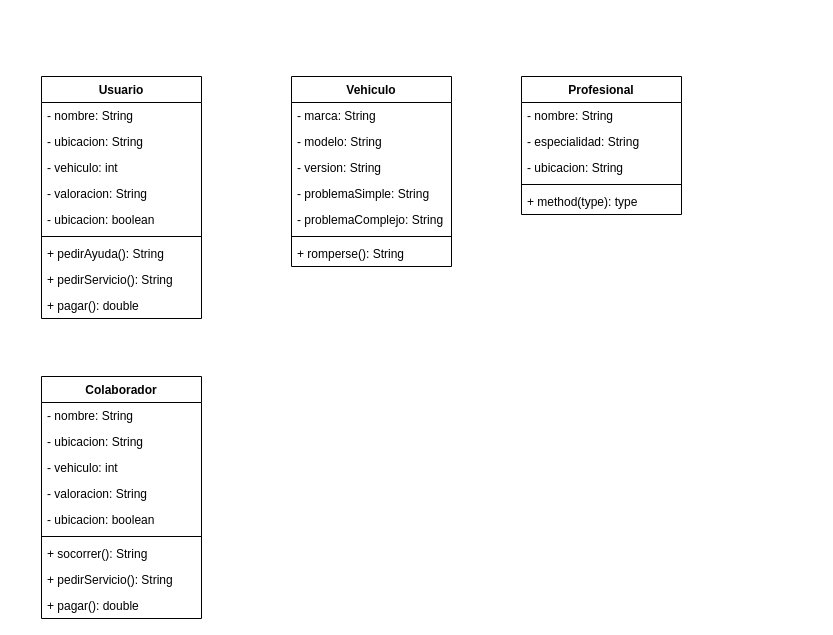
Before: Untitled Diagram.drawio in CarlosFerOrduna/Auxilio, a draw.io diagram. Source tidied: cells renumbered, new cells numbered last; positions are measured from the earlier drawing's top-left corner, leaving out a move shared by most shapes. Both pictures are drawn from the tidied source at 100%, with x=0, y=0 at pixel (41, 76).
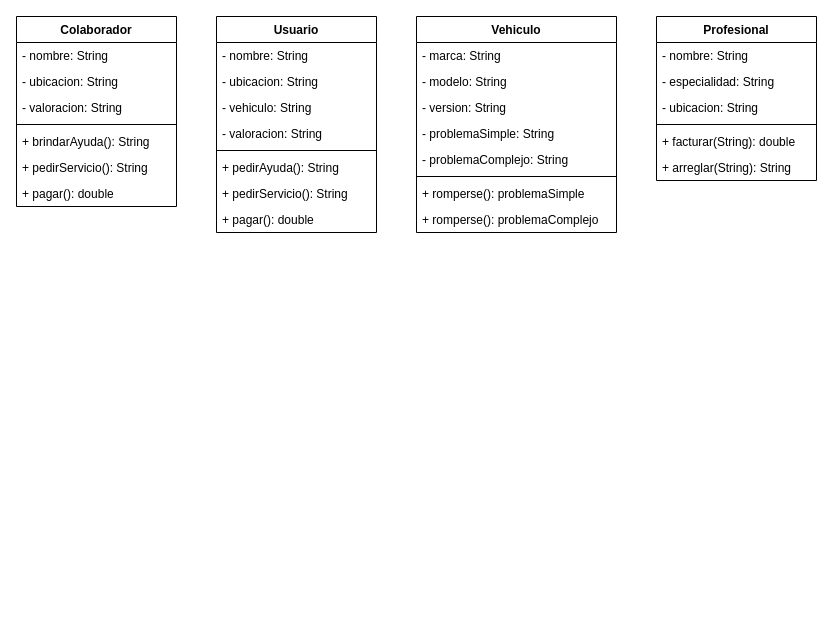
After the change.

Diff of the diagram source:
```diff
@@
     <mxCell id="2" value="Usuario" style="swimlane;fontStyle=1;align=center;verticalAlign=top;horizontal=1;startSize=26;" parent="1" vertex="1">
-      <mxGeometry width="160" height="242" as="geometry" />
+      <mxGeometry x="175" y="-60" width="160" height="216" as="geometry" />
     </mxCell>
@@
-    <mxCell id="5" value="- vehiculo: int" style="text;strokeColor=none;fillColor=none;align=left;verticalAlign=top;spacingLeft=4;spacingRight=4;overflow=hidden;" parent="2" vertex="1">
+    <mxCell id="5" value="- vehiculo: String" style="text;strokeColor=none;fillColor=none;align=left;verticalAlign=top;spacingLeft=4;spacingRight=4;overflow=hidden;" parent="2" vertex="1">
       <mxGeometry y="78" width="160" height="26" as="geometry" />
     </mxCell>
@@
-    <mxCell id="7" value="- ubicacion: boolean" style="text;strokeColor=none;fillColor=none;align=left;verticalAlign=top;spacingLeft=4;spacingRight=4;overflow=hidden;" parent="2" vertex="1">
-      <mxGeometry y="130" width="160" height="26" as="geometry" />
-    </mxCell>
     <mxCell id="8" style="line;strokeWidth=1;fillColor=none;align=left;verticalAlign=middle;spacingTop=-1;spacingLeft=3;spacingRight=3;labelPosition=right;" parent="2" vertex="1">
-      <mxGeometry y="156" width="160" height="8" as="geometry" />
+      <mxGeometry y="130" width="160" height="8" as="geometry" />
     </mxCell>
     <mxCell id="9" value="+ pedirAyuda(): String" style="text;strokeColor=none;fillColor=none;align=left;verticalAlign=top;spacingLeft=4;spacingRight=4;overflow=hidden;" parent="2" vertex="1">
-      <mxGeometry y="164" width="160" height="26" as="geometry" />
+      <mxGeometry y="138" width="160" height="26" as="geometry" />
     </mxCell>
     <mxCell id="10" value="+ pedirServicio(): String" style="text;strokeColor=none;fillColor=none;align=left;verticalAlign=top;spacingLeft=4;spacingRight=4;overflow=hidden;" parent="2" vertex="1">
-      <mxGeometry y="190" width="160" height="26" as="geometry" />
+      <mxGeometry y="164" width="160" height="26" as="geometry" />
     </mxCell>
     <mxCell id="11" value="+ pagar(): double&#10;" style="text;strokeColor=none;fillColor=none;align=left;verticalAlign=top;spacingLeft=4;spacingRight=4;overflow=hidden;" parent="2" vertex="1">
-      <mxGeometry y="216" width="160" height="26" as="geometry" />
+      <mxGeometry y="190" width="160" height="26" as="geometry" />
     </mxCell>
     <mxCell id="12" value="Vehiculo" style="swimlane;fontStyle=1;align=center;verticalAlign=top;horizontal=1;startSize=26;" parent="1" vertex="1">
-      <mxGeometry x="250" width="160" height="190" as="geometry" />
+      <mxGeometry x="375" y="-60" width="200" height="216" as="geometry" />
     </mxCell>
     <mxCell id="13" value="- marca: String" style="text;strokeColor=none;fillColor=none;align=left;verticalAlign=top;spacingLeft=4;spacingRight=4;overflow=hidden;" parent="12" vertex="1">
-      <mxGeometry y="26" width="160" height="26" as="geometry" />
+      <mxGeometry y="26" width="200" height="26" as="geometry" />
     </mxCell>
     <mxCell id="14" value="- modelo: String" style="text;strokeColor=none;fillColor=none;align=left;verticalAlign=top;spacingLeft=4;spacingRight=4;overflow=hidden;" parent="12" vertex="1">
-      <mxGeometry y="52" width="160" height="26" as="geometry" />
+      <mxGeometry y="52" width="200" height="26" as="geometry" />
     </mxCell>
     <mxCell id="15" value="- version: String" style="text;strokeColor=none;fillColor=none;align=left;verticalAlign=top;spacingLeft=4;spacingRight=4;overflow=hidden;" parent="12" vertex="1">
-      <mxGeometry y="78" width="160" height="26" as="geometry" />
+      <mxGeometry y="78" width="200" height="26" as="geometry" />
     </mxCell>
     <mxCell id="16" value="- problemaSimple: String" style="text;strokeColor=none;fillColor=none;align=left;verticalAlign=top;spacingLeft=4;spacingRight=4;overflow=hidden;" parent="12" vertex="1">
-      <mxGeometry y="104" width="160" height="26" as="geometry" />
+      <mxGeometry y="104" width="200" height="26" as="geometry" />
     </mxCell>
     <mxCell id="17" value="- problemaComplejo: String" style="text;strokeColor=none;fillColor=none;align=left;verticalAlign=top;spacingLeft=4;spacingRight=4;overflow=hidden;" parent="12" vertex="1">
-      <mxGeometry y="130" width="160" height="26" as="geometry" />
+      <mxGeometry y="130" width="200" height="26" as="geometry" />
     </mxCell>
     <mxCell id="18" style="line;strokeWidth=1;fillColor=none;align=left;verticalAlign=middle;spacingTop=-1;spacingLeft=3;spacingRight=3;labelPosition=right;" parent="12" vertex="1">
-      <mxGeometry y="156" width="160" height="8" as="geometry" />
+      <mxGeometry y="156" width="200" height="8" as="geometry" />
     </mxCell>
-    <mxCell id="19" value="+ romperse(): String" style="text;strokeColor=none;fillColor=none;align=left;verticalAlign=top;spacingLeft=4;spacingRight=4;overflow=hidden;" parent="12" vertex="1">
-      <mxGeometry y="164" width="160" height="26" as="geometry" />
+    <mxCell id="19" value="+ romperse(): problemaSimple" style="text;strokeColor=none;fillColor=none;align=left;verticalAlign=top;spacingLeft=4;spacingRight=4;overflow=hidden;" parent="12" vertex="1">
+      <mxGeometry y="164" width="200" height="26" as="geometry" />
     </mxCell>
+    <mxCell id="36" value="+ romperse(): problemaComplejo" style="text;strokeColor=none;fillColor=none;align=left;verticalAlign=top;spacingLeft=4;spacingRight=4;overflow=hidden;" parent="12" vertex="1">
+      <mxGeometry y="190" width="200" height="26" as="geometry" />
+    </mxCell>
     <mxCell id="20" value="Profesional" style="swimlane;fontStyle=1;align=center;verticalAlign=top;horizontal=1;startSize=26;" parent="1" vertex="1">
-      <mxGeometry x="480" width="160" height="138" as="geometry" />
+      <mxGeometry x="615" y="-60" width="160" height="164" as="geometry" />
     </mxCell>
@@
-    <mxCell id="25" value="+ method(type): type" style="text;strokeColor=none;fillColor=none;align=left;verticalAlign=top;spacingLeft=4;spacingRight=4;overflow=hidden;" parent="20" vertex="1">
+    <mxCell id="25" value="+ facturar(String): double" style="text;strokeColor=none;fillColor=none;align=left;verticalAlign=top;spacingLeft=4;spacingRight=4;overflow=hidden;" parent="20" vertex="1">
       <mxGeometry y="112" width="160" height="26" as="geometry" />
     </mxCell>
+    <mxCell id="37" value="+ arreglar(String): String" style="text;strokeColor=none;fillColor=none;align=left;verticalAlign=top;spacingLeft=4;spacingRight=4;overflow=hidden;" parent="20" vertex="1">
+      <mxGeometry y="138" width="160" height="26" as="geometry" />
+    </mxCell>
     <mxCell id="26" value="Colaborador" style="swimlane;fontStyle=1;align=center;verticalAlign=top;horizontal=1;startSize=26;" parent="1" vertex="1">
-      <mxGeometry y="300" width="160" height="242" as="geometry" />
+      <mxGeometry x="-25" y="-60" width="160" height="190" as="geometry" />
     </mxCell>
@@
-    <mxCell id="29" value="- vehiculo: int" style="text;strokeColor=none;fillColor=none;align=left;verticalAlign=top;spacingLeft=4;spacingRight=4;overflow=hidden;" parent="26" vertex="1">
-      <mxGeometry y="78" width="160" height="26" as="geometry" />
-    </mxCell>
     <mxCell id="30" value="- valoracion: String" style="text;strokeColor=none;fillColor=none;align=left;verticalAlign=top;spacingLeft=4;spacingRight=4;overflow=hidden;" parent="26" vertex="1">
-      <mxGeometry y="104" width="160" height="26" as="geometry" />
+      <mxGeometry y="78" width="160" height="26" as="geometry" />
     </mxCell>
-    <mxCell id="31" value="- ubicacion: boolean" style="text;strokeColor=none;fillColor=none;align=left;verticalAlign=top;spacingLeft=4;spacingRight=4;overflow=hidden;" parent="26" vertex="1">
-      <mxGeometry y="130" width="160" height="26" as="geometry" />
-    </mxCell>
     <mxCell id="32" style="line;strokeWidth=1;fillColor=none;align=left;verticalAlign=middle;spacingTop=-1;spacingLeft=3;spacingRight=3;labelPosition=right;" parent="26" vertex="1">
-      <mxGeometry y="156" width="160" height="8" as="geometry" />
+      <mxGeometry y="104" width="160" height="8" as="geometry" />
     </mxCell>
-    <mxCell id="33" value="+ socorrer(): String" style="text;strokeColor=none;fillColor=none;align=left;verticalAlign=top;spacingLeft=4;spacingRight=4;overflow=hidden;" parent="26" vertex="1">
-      <mxGeometry y="164" width="160" height="26" as="geometry" />
+    <mxCell id="33" value="+ brindarAyuda(): String" style="text;strokeColor=none;fillColor=none;align=left;verticalAlign=top;spacingLeft=4;spacingRight=4;overflow=hidden;" parent="26" vertex="1">
+      <mxGeometry y="112" width="160" height="26" as="geometry" />
     </mxCell>
     <mxCell id="34" value="+ pedirServicio(): String" style="text;strokeColor=none;fillColor=none;align=left;verticalAlign=top;spacingLeft=4;spacingRight=4;overflow=hidden;" parent="26" vertex="1">
-      <mxGeometry y="190" width="160" height="26" as="geometry" />
+      <mxGeometry y="138" width="160" height="26" as="geometry" />
     </mxCell>
     <mxCell id="35" value="+ pagar(): double&#10;" style="text;strokeColor=none;fillColor=none;align=left;verticalAlign=top;spacingLeft=4;spacingRight=4;overflow=hidden;" parent="26" vertex="1">
-      <mxGeometry y="216" width="160" height="26" as="geometry" />
+      <mxGeometry y="164" width="160" height="26" as="geometry" />
     </mxCell>
```
